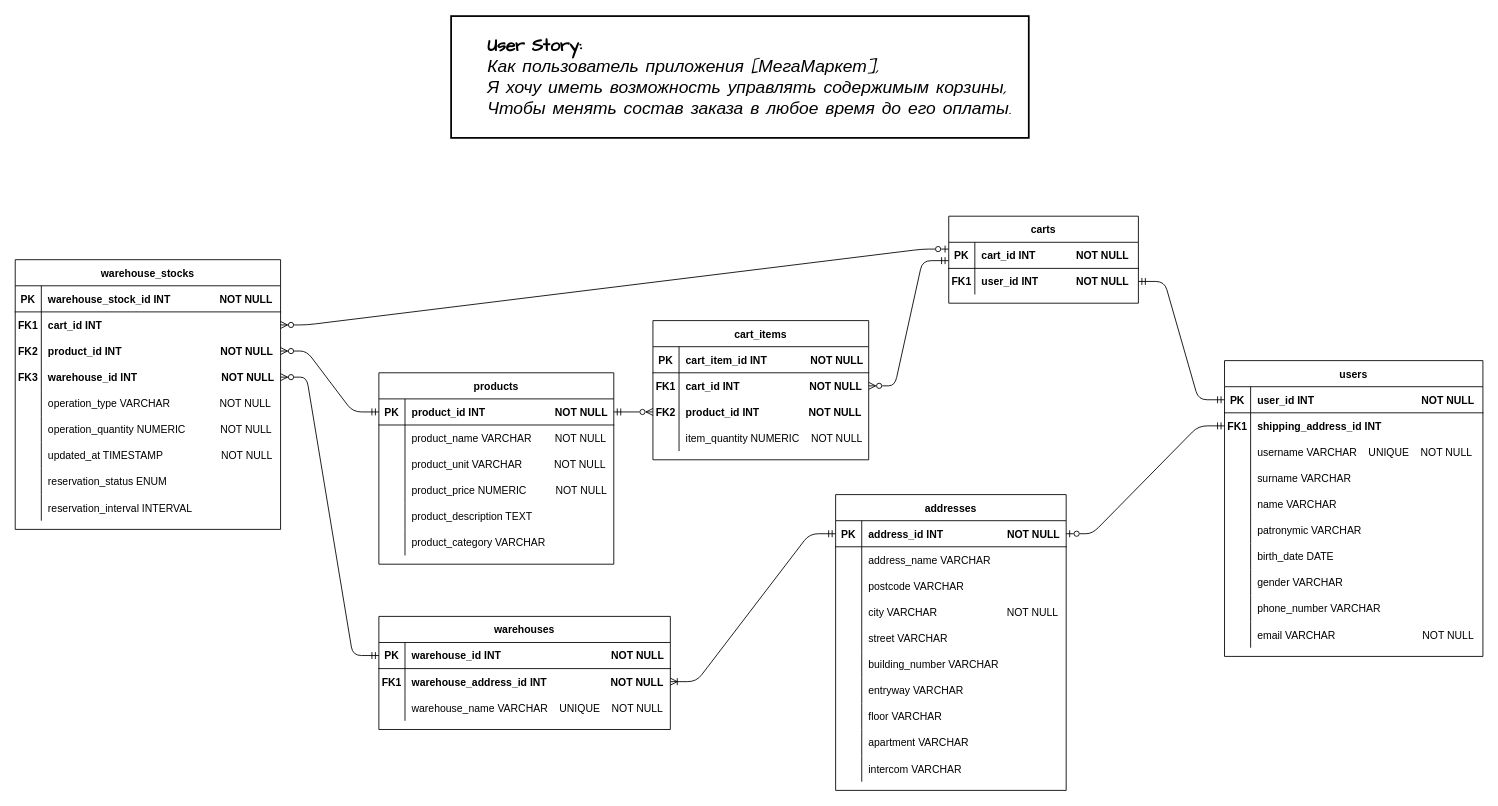
The draw.io diagram Ryabtsev_Alexander/Source/T07_ERD.drawio in abdullahproff/BSA21_1, before the edit. Source tidied: cells renumbered, new cells numbered last; positions are measured from the earlier drawing's top-left corner, leaving out a move shared by most shapes. Both pictures are drawn from the tidied source at 87%, with x=0, y=0 at pixel (15, 16).
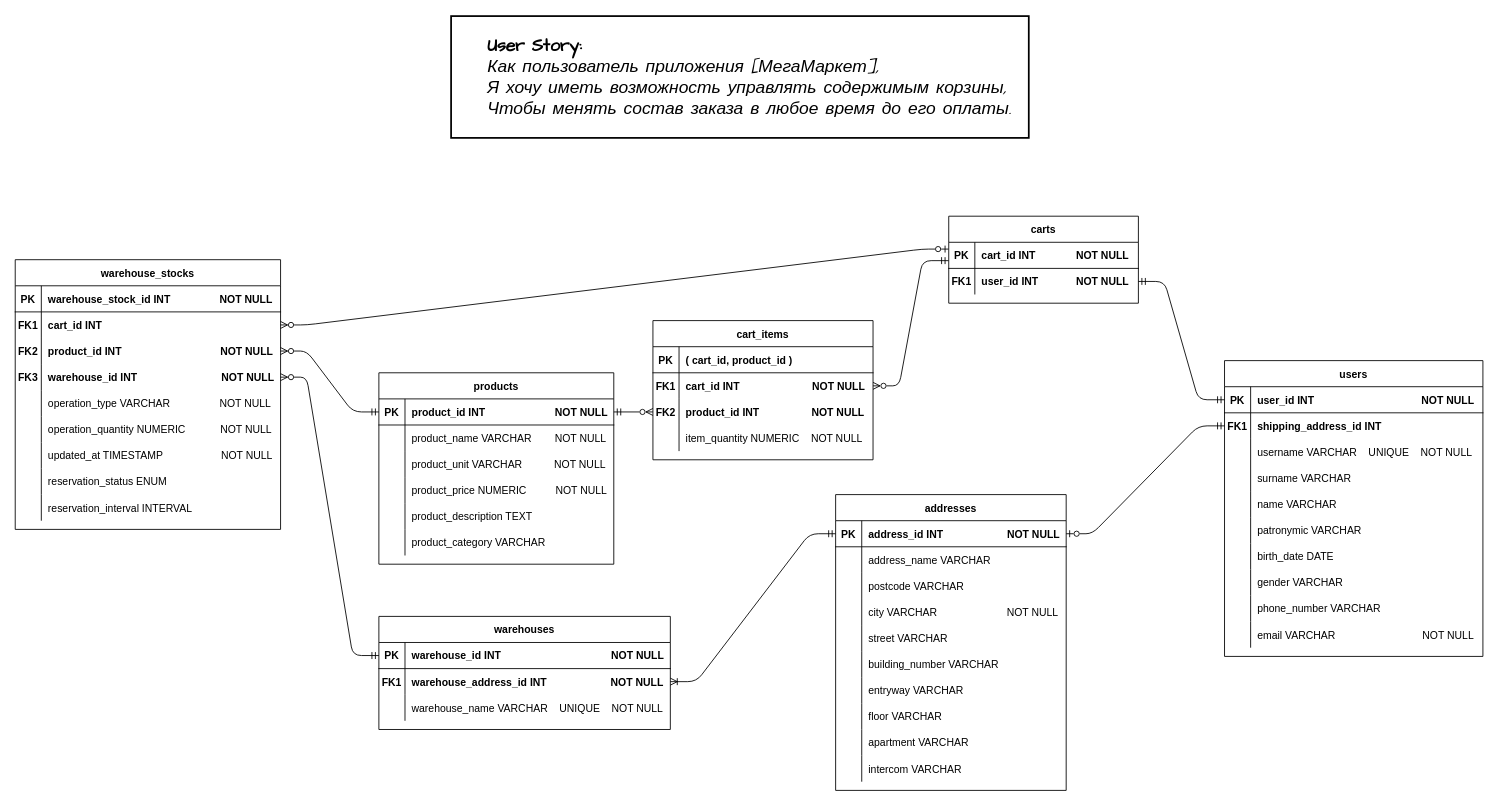
The same diagram, later.

Commit message:
This changes PK for cart_items

The edit, as a diff of the source:
```diff
@@
     <mxCell id="87" value="cart_items" style="shape=table;startSize=30;childLayout=tableLayout;rowLines=0;fontStyle=1;align=center;" parent="1" vertex="1">
-      <mxGeometry x="733" y="350" width="248" height="160" as="geometry" />
+      <mxGeometry x="733" y="350" width="253" height="160" as="geometry" />
     </mxCell>
     <mxCell id="88" style="shape=partialRectangle;fillColor=none;top=0;left=0;right=0;bottom=1;" parent="87" vertex="1">
-      <mxGeometry y="30" width="248" height="30" as="geometry" />
+      <mxGeometry y="30" width="253" height="30" as="geometry" />
     </mxCell>
@@
-    <mxCell id="90" value="cart_item_id INT               NOT NULL" style="shape=partialRectangle;overflow=hidden;fillColor=none;top=0;left=0;bottom=0;right=0;align=left;spacingLeft=6;fontStyle=1;" parent="88" vertex="1">
-      <mxGeometry x="30" width="218" height="30" as="geometry" />
+    <mxCell id="90" value="( cart_id, product_id )" style="shape=partialRectangle;overflow=hidden;fillColor=none;top=0;left=0;bottom=0;right=0;align=left;spacingLeft=6;fontStyle=1;" parent="88" vertex="1">
+      <mxGeometry x="30" width="223" height="30" as="geometry" />
     </mxCell>
     <mxCell id="91" style="shape=partialRectangle;fillColor=none;points=[[0,0.5],[1,0.5]];portConstraint=eastwest;top=0;left=0;right=0;bottom=0;" parent="87" vertex="1">
-      <mxGeometry y="60" width="248" height="30" as="geometry" />
+      <mxGeometry y="60" width="253" height="30" as="geometry" />
     </mxCell>
@@
-    <mxCell id="93" value="cart_id INT                        NOT NULL" style="shape=partialRectangle;overflow=hidden;fillColor=none;top=0;left=0;bottom=0;right=0;align=left;spacingLeft=6;fontStyle=1;" parent="91" vertex="1">
-      <mxGeometry x="30" width="218" height="30" as="geometry" />
+    <mxCell id="93" value="cart_id INT                         NOT NULL" style="shape=partialRectangle;overflow=hidden;fillColor=none;top=0;left=0;bottom=0;right=0;align=left;spacingLeft=6;fontStyle=1;" parent="91" vertex="1">
+      <mxGeometry x="30" width="223" height="30" as="geometry" />
     </mxCell>
     <mxCell id="94" style="shape=partialRectangle;fillColor=none;points=[[0,0.5],[1,0.5]];portConstraint=eastwest;top=0;left=0;right=0;bottom=0;" parent="87" vertex="1">
-      <mxGeometry y="90" width="248" height="30" as="geometry" />
+      <mxGeometry y="90" width="253" height="30" as="geometry" />
     </mxCell>
@@
-    <mxCell id="96" value="product_id INT                 NOT NULL" style="shape=partialRectangle;overflow=hidden;fillColor=none;top=0;left=0;bottom=0;right=0;align=left;spacingLeft=6;fontStyle=1;" parent="94" vertex="1">
-      <mxGeometry x="30" width="218" height="30" as="geometry" />
+    <mxCell id="96" value="product_id INT                  NOT NULL" style="shape=partialRectangle;overflow=hidden;fillColor=none;top=0;left=0;bottom=0;right=0;align=left;spacingLeft=6;fontStyle=1;" parent="94" vertex="1">
+      <mxGeometry x="30" width="223" height="30" as="geometry" />
     </mxCell>
     <mxCell id="97" style="shape=partialRectangle;fillColor=none;top=0;left=0;right=0;bottom=0;" parent="87" vertex="1">
-      <mxGeometry y="120" width="248" height="30" as="geometry" />
+      <mxGeometry y="120" width="253" height="30" as="geometry" />
     </mxCell>
@@
     <mxCell id="99" value="item_quantity NUMERIC    NOT NULL" style="shape=partialRectangle;overflow=hidden;fillColor=none;top=0;left=0;bottom=0;right=0;align=left;spacingLeft=6;" parent="97" vertex="1">
-      <mxGeometry x="30" width="218" height="30" as="geometry" />
+      <mxGeometry x="30" width="223" height="30" as="geometry" />
     </mxCell>
```
